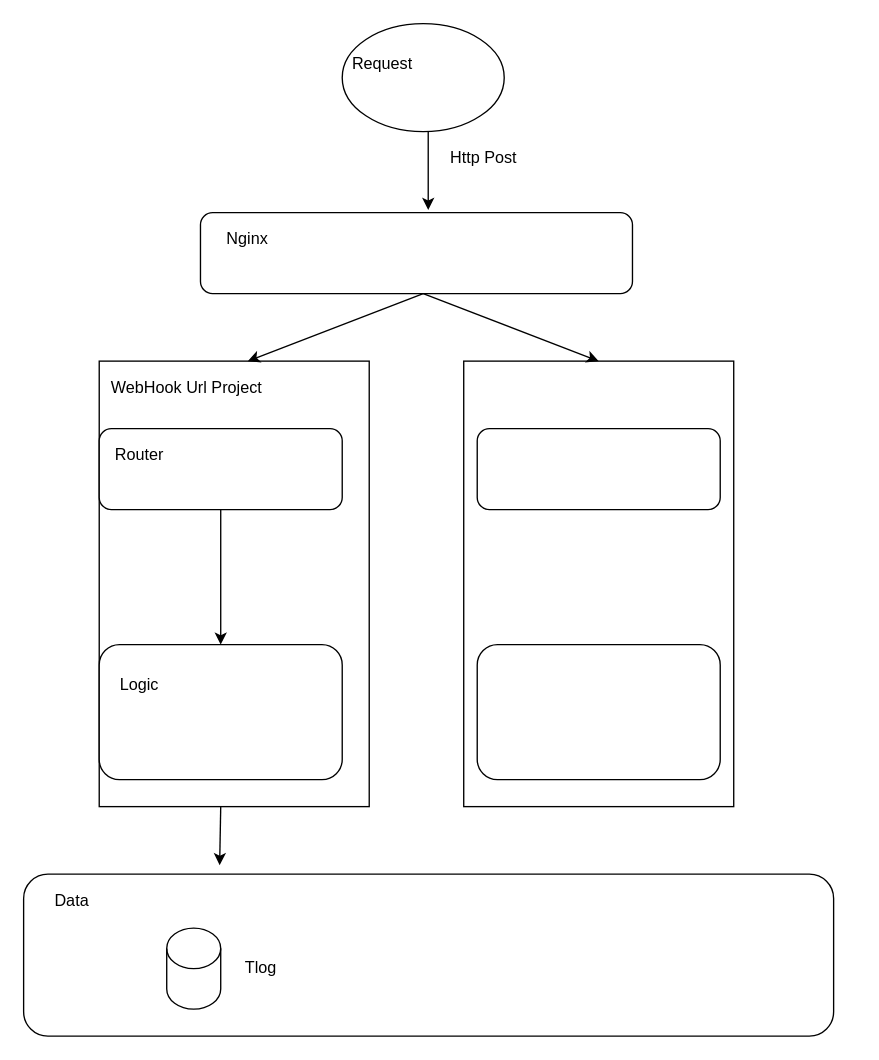
16sgit/api_server keeps this draw.io diagram as Untitled Diagram.drawio. Above is the earlier version. Source tidied: cells renumbered, new cells numbered last; positions are measured from the earlier drawing's top-left corner, leaving out a move shared by most shapes. Both pictures are drawn from the tidied source at 135%, with x=0, y=0 at pixel (23, 23).
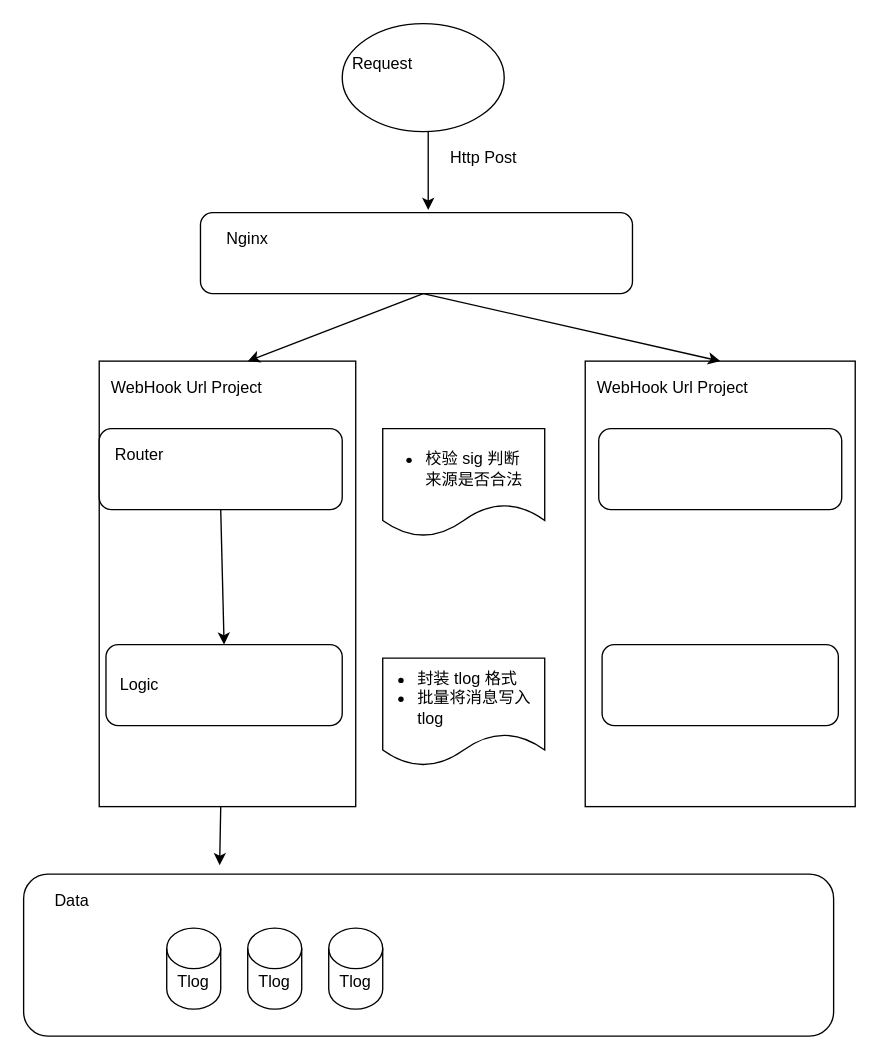
After the change.

The edit, as a diff of the source:
```diff
@@
     <mxCell id="3" style="rounded=0;whiteSpace=wrap;html=1;" parent="1" vertex="1">
-      <mxGeometry x="56" y="250" width="200" height="330" as="geometry" />
+      <mxGeometry x="56" y="250" width="190" height="330" as="geometry" />
     </mxCell>
@@
     <mxCell id="6" style="rounded=1;whiteSpace=wrap;html=1;" parent="1" vertex="1">
-      <mxGeometry x="56" y="460" width="180" height="100" as="geometry" />
+      <mxGeometry x="61" y="460" width="175" height="60" as="geometry" />
     </mxCell>
@@
     <mxCell id="8" style="rounded=0;whiteSpace=wrap;html=1;" parent="1" vertex="1">
-      <mxGeometry x="326" y="250" width="200" height="330" as="geometry" />
+      <mxGeometry x="416" y="250" width="200" height="330" as="geometry" />
     </mxCell>
-    <mxCell id="9" style="rounded=1;whiteSpace=wrap;html=1;" parent="1" vertex="1">
-      <mxGeometry x="336" y="300" width="180" height="60" as="geometry" />
-    </mxCell>
-    <mxCell id="10" style="rounded=1;whiteSpace=wrap;html=1;" parent="1" vertex="1">
-      <mxGeometry x="336" y="460" width="180" height="100" as="geometry" />
-    </mxCell>
@@
     <mxCell id="24" value="Tlog" style="text;html=1;strokeColor=none;fillColor=none;align=center;verticalAlign=middle;whiteSpace=wrap;rounded=0;" parent="1" vertex="1">
-      <mxGeometry x="156" y="690" width="40" height="20" as="geometry" />
+      <mxGeometry x="106" y="700" width="40" height="20" as="geometry" />
     </mxCell>
+    <mxCell id="25" style="shape=document;whiteSpace=wrap;html=1;boundedLbl=1;" parent="1" vertex="1">
+      <mxGeometry x="266" y="300" width="120" height="80" as="geometry" />
+    </mxCell>
+    <mxCell id="26" value="&lt;ul&gt;&lt;li&gt;校验 sig 判断来源是否合法&lt;/li&gt;&lt;/ul&gt;" style="text;strokeColor=none;fillColor=none;html=1;whiteSpace=wrap;verticalAlign=middle;overflow=hidden;" parent="1" vertex="1">
+      <mxGeometry x="256" y="290" width="120" height="80" as="geometry" />
+    </mxCell>
+    <mxCell id="27" style="shape=document;whiteSpace=wrap;html=1;boundedLbl=1;" parent="1" vertex="1">
+      <mxGeometry x="266" y="470" width="120" height="80" as="geometry" />
+    </mxCell>
+    <mxCell id="28" style="shape=cylinder3;whiteSpace=wrap;html=1;boundedLbl=1;backgroundOutline=1;size=15;" parent="1" vertex="1">
+      <mxGeometry x="166" y="670" width="40" height="60" as="geometry" />
+    </mxCell>
+    <mxCell id="29" style="shape=cylinder3;whiteSpace=wrap;html=1;boundedLbl=1;backgroundOutline=1;size=15;" parent="1" vertex="1">
+      <mxGeometry x="226" y="670" width="40" height="60" as="geometry" />
+    </mxCell>
+    <mxCell id="30" value="Tlog" style="text;html=1;strokeColor=none;fillColor=none;align=center;verticalAlign=middle;whiteSpace=wrap;rounded=0;" parent="1" vertex="1">
+      <mxGeometry x="166" y="700" width="40" height="20" as="geometry" />
+    </mxCell>
+    <mxCell id="31" value="Tlog" style="text;html=1;strokeColor=none;fillColor=none;align=center;verticalAlign=middle;whiteSpace=wrap;rounded=0;" parent="1" vertex="1">
+      <mxGeometry x="226" y="700" width="40" height="20" as="geometry" />
+    </mxCell>
+    <mxCell id="32" value="WebHook Url Project" style="text;html=1;strokeColor=none;fillColor=none;align=center;verticalAlign=middle;whiteSpace=wrap;rounded=0;" parent="1" vertex="1">
+      <mxGeometry x="416" y="260" width="130" height="20" as="geometry" />
+    </mxCell>
+    <mxCell id="33" value="&lt;ul&gt;&lt;li&gt;封装 tlog 格式&lt;/li&gt;&lt;li&gt;批量将消息写入 tlog&lt;/li&gt;&lt;/ul&gt;" style="text;strokeColor=none;fillColor=none;html=1;whiteSpace=wrap;verticalAlign=middle;overflow=hidden;" parent="1" vertex="1">
+      <mxGeometry x="250" y="460" width="136" height="80" as="geometry" />
+    </mxCell>
+    <mxCell id="34" style="rounded=1;whiteSpace=wrap;html=1;" parent="1" vertex="1">
+      <mxGeometry x="426" y="300" width="180" height="60" as="geometry" />
+    </mxCell>
+    <mxCell id="35" style="rounded=1;whiteSpace=wrap;html=1;" parent="1" vertex="1">
+      <mxGeometry x="428.5" y="460" width="175" height="60" as="geometry" />
+    </mxCell>
```
